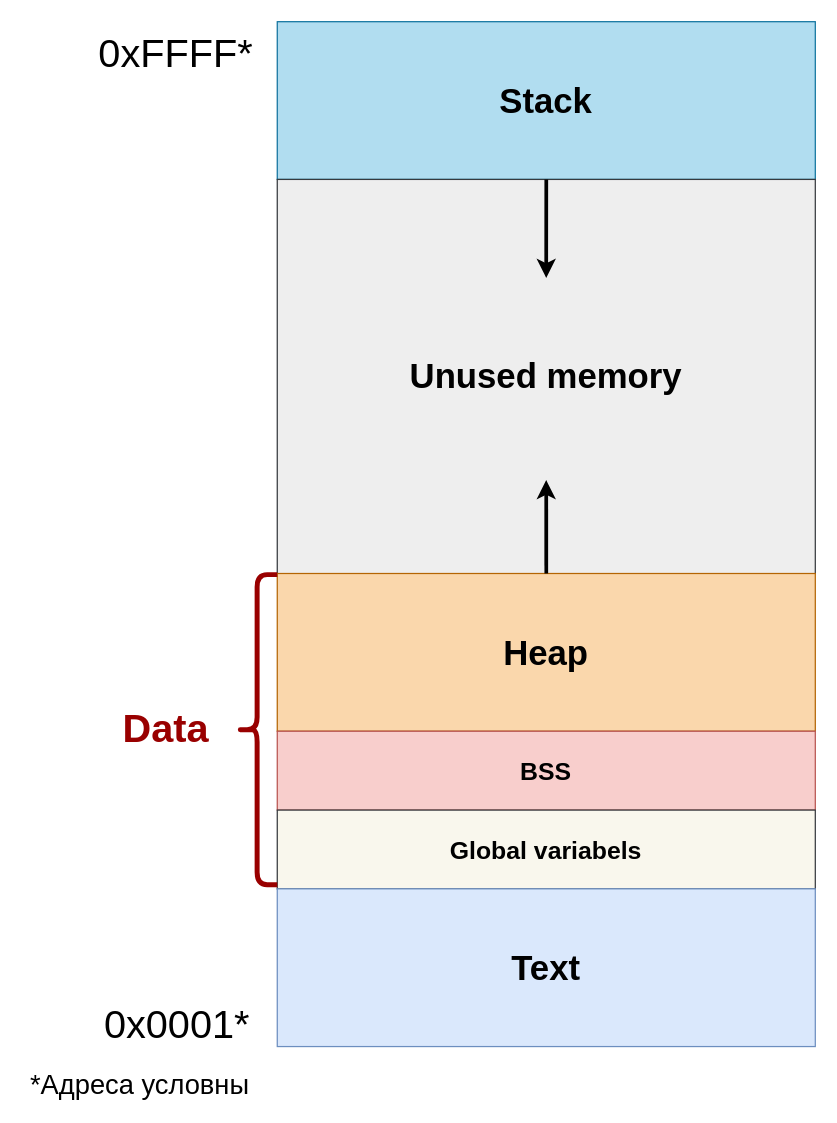
Before: page "Proc_Struct" (1 of 6) of docs/source/OS/img/Process/Proc_All.drawio in Steindvart/My_study, a draw.io diagram. Source tidied: cells renumbered, new cells numbered last; positions are measured from the earlier drawing's top-left corner, leaving out a move shared by most shapes. Both pictures are drawn from the tidied source at 124%, with x=0, y=0 at pixel (21, 21).
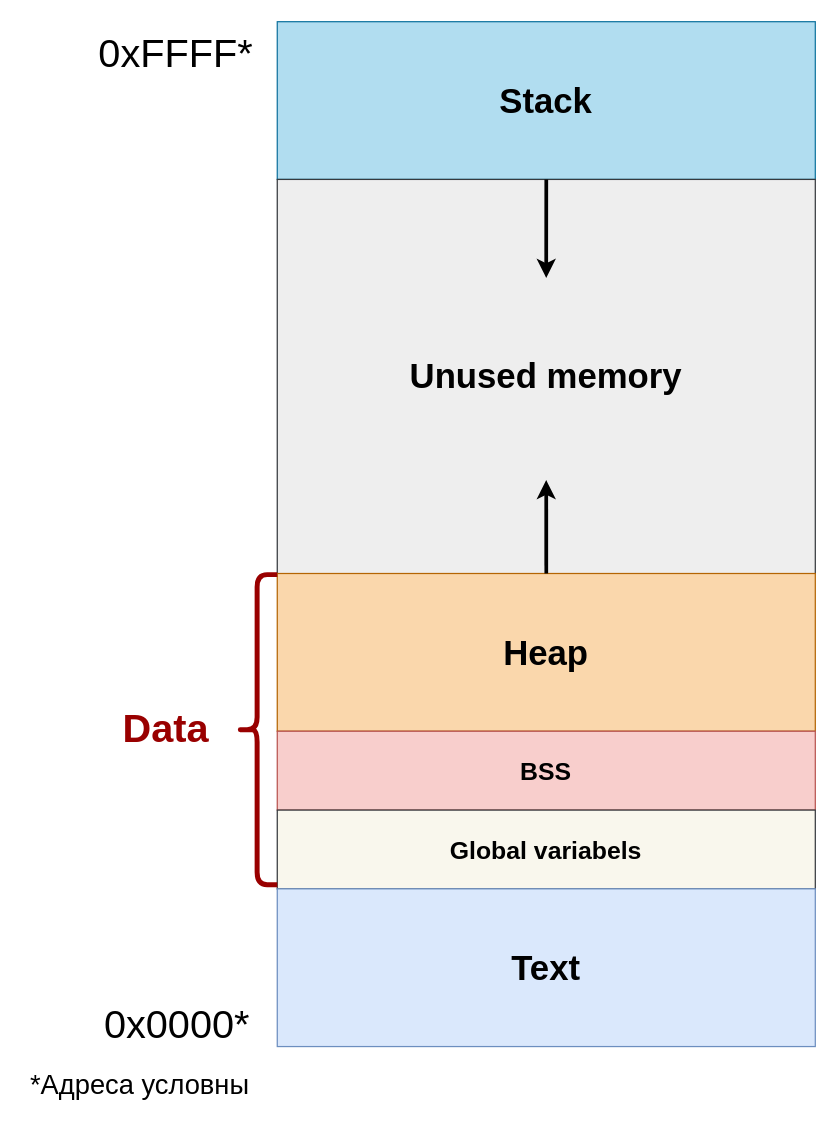
After the change.

The change refers to these unchanged cells:
```xml
<mxCell id="5" style="group;" parent="4" vertex="1">
  <mxGeometry width="640" height="870" as="geometry" />
</mxCell>
```

Change to the diagram source:
```diff
@@
-    <mxCell id="18" value="&lt;font style=&quot;font-size: 32px&quot;&gt;0x0001*&lt;/font&gt;" style="text;html=1;align=center;verticalAlign=middle;" parent="5" vertex="1">
+    <mxCell id="18" value="&lt;font style=&quot;font-size: 32px&quot;&gt;0x0000*&lt;/font&gt;" style="text;html=1;align=center;verticalAlign=middle;" parent="5" vertex="1">
       <mxGeometry x="59.7" y="793.9" width="130" height="30" as="geometry" />
     </mxCell>
```
